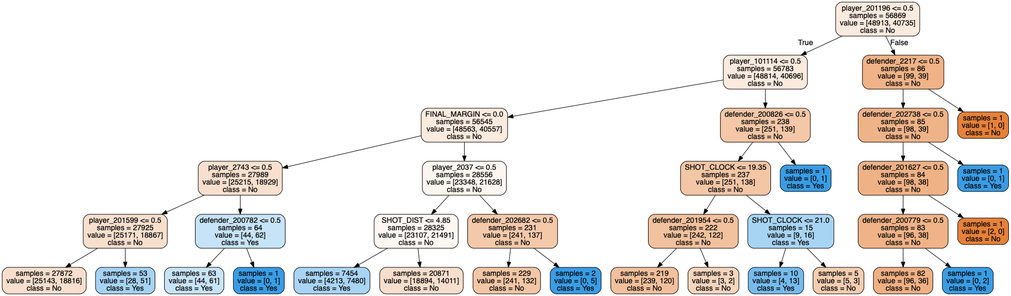
This is forest_tree_new5.png from tianyi5309/303project, a Graphviz export, as it was before one commit. Its source is kept beside it as forest_tree_new5.dot.
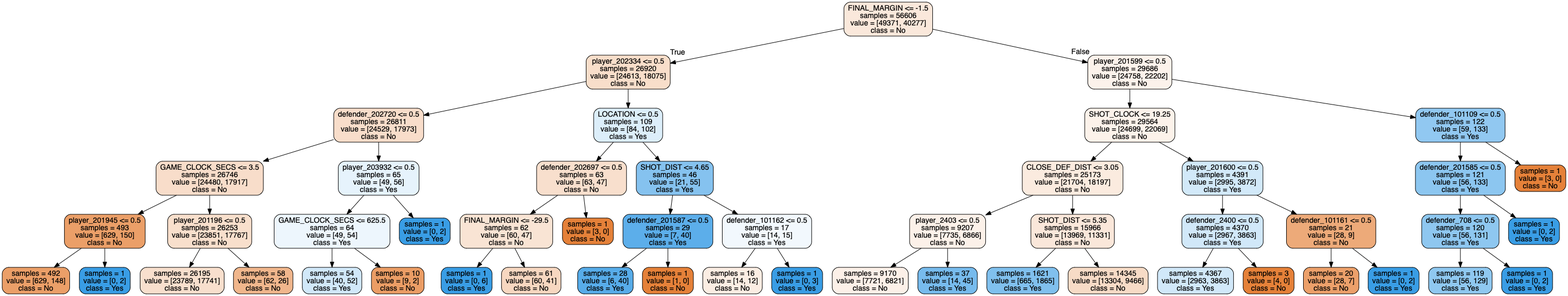
Above is the later version.

Change to the diagram source:
```diff
@@ -1,73 +1,105 @@
 digraph Tree {
 node [shape=box, style="filled, rounded", color="black", fontname=helvetica] ;
 edge [fontname=helvetica] ;
-0 [label="player_201196 <= 0.5\nsamples = 56869\nvalue = [48913, 40735]\nclass = No", fillcolor="#fbeade"] ;
-1 [label="player_101114 <= 0.5\nsamples = 56783\nvalue = [48814, 40696]\nclass = No", fillcolor="#fbeade"] ;
+0 [label="FINAL_MARGIN <= -1.5\nsamples = 56606\nvalue = [49371, 40277]\nclass = No", fillcolor="#fae8db"] ;
+1 [label="player_202334 <= 0.5\nsamples = 26920\nvalue = [24613, 18075]\nclass = No", fillcolor="#f8deca"] ;
 0 -> 1 [labeldistance=2.5, labelangle=45, headlabel="True"] ;
-2 [label="FINAL_MARGIN <= 0.0\nsamples = 56545\nvalue = [48563, 40557]\nclass = No", fillcolor="#fbeade"] ;
+2 [label="defender_202720 <= 0.5\nsamples = 26811\nvalue = [24529, 17973]\nclass = No", fillcolor="#f8ddca"] ;
 1 -> 2 ;
-3 [label="player_2743 <= 0.5\nsamples = 27989\nvalue = [25215, 18929]\nclass = No", fillcolor="#f9e0ce"] ;
+3 [label="GAME_CLOCK_SECS <= 3.5\nsamples = 26746\nvalue = [24480, 17917]\nclass = No", fillcolor="#f8ddca"] ;
 2 -> 3 ;
-4 [label="player_201599 <= 0.5\nsamples = 27925\nvalue = [25171, 18867]\nclass = No", fillcolor="#f8dfcd"] ;
+4 [label="player_201945 <= 0.5\nsamples = 493\nvalue = [629, 150]\nclass = No", fillcolor="#eb9f68"] ;
 3 -> 4 ;
-5 [label="samples = 27872\nvalue = [25143, 18816]\nclass = No", fillcolor="#f8dfcd"] ;
+5 [label="samples = 492\nvalue = [629, 148]\nclass = No", fillcolor="#eb9f68"] ;
 4 -> 5 ;
-6 [label="samples = 53\nvalue = [28, 51]\nclass = Yes", fillcolor="#a6d3f3"] ;
+6 [label="samples = 1\nvalue = [0, 2]\nclass = Yes", fillcolor="#399de5"] ;
 4 -> 6 ;
-7 [label="defender_200782 <= 0.5\nsamples = 64\nvalue = [44, 62]\nclass = Yes", fillcolor="#c6e3f7"] ;
+7 [label="player_201196 <= 0.5\nsamples = 26253\nvalue = [23851, 17767]\nclass = No", fillcolor="#f8dfcc"] ;
 3 -> 7 ;
-8 [label="samples = 63\nvalue = [44, 61]\nclass = Yes", fillcolor="#c8e4f8"] ;
+8 [label="samples = 26195\nvalue = [23789, 17741]\nclass = No", fillcolor="#f8dfcd"] ;
 7 -> 8 ;
-9 [label="samples = 1\nvalue = [0, 1]\nclass = Yes", fillcolor="#399de5"] ;
+9 [label="samples = 58\nvalue = [62, 26]\nclass = No", fillcolor="#f0b68c"] ;
 7 -> 9 ;
-10 [label="player_2037 <= 0.5\nsamples = 28556\nvalue = [23348, 21628]\nclass = No", fillcolor="#fdf6f0"] ;
+10 [label="player_203932 <= 0.5\nsamples = 65\nvalue = [49, 56]\nclass = Yes", fillcolor="#e6f3fc"] ;
 2 -> 10 ;
-11 [label="SHOT_DIST <= 4.85\nsamples = 28325\nvalue = [23107, 21491]\nclass = No", fillcolor="#fdf6f1"] ;
+11 [label="GAME_CLOCK_SECS <= 625.5\nsamples = 64\nvalue = [49, 54]\nclass = Yes", fillcolor="#edf6fd"] ;
 10 -> 11 ;
-12 [label="samples = 7454\nvalue = [4213, 7480]\nclass = Yes", fillcolor="#a9d4f4"] ;
+12 [label="samples = 54\nvalue = [40, 52]\nclass = Yes", fillcolor="#d1e8f9"] ;
 11 -> 12 ;
-13 [label="samples = 20871\nvalue = [18894, 14011]\nclass = No", fillcolor="#f8decc"] ;
+13 [label="samples = 10\nvalue = [9, 2]\nclass = No", fillcolor="#eb9d65"] ;
 11 -> 13 ;
-14 [label="defender_202682 <= 0.5\nsamples = 231\nvalue = [241, 137]\nclass = No", fillcolor="#f4c9aa"] ;
+14 [label="samples = 1\nvalue = [0, 2]\nclass = Yes", fillcolor="#399de5"] ;
 10 -> 14 ;
-15 [label="samples = 229\nvalue = [241, 132]\nclass = No", fillcolor="#f3c6a5"] ;
-14 -> 15 ;
-16 [label="samples = 2\nvalue = [0, 5]\nclass = Yes", fillcolor="#399de5"] ;
-14 -> 16 ;
-17 [label="defender_200826 <= 0.5\nsamples = 238\nvalue = [251, 139]\nclass = No", fillcolor="#f3c7a7"] ;
-1 -> 17 ;
-18 [label="SHOT_CLOCK <= 19.35\nsamples = 237\nvalue = [251, 138]\nclass = No", fillcolor="#f3c6a6"] ;
+15 [label="LOCATION <= 0.5\nsamples = 109\nvalue = [84, 102]\nclass = Yes", fillcolor="#dceefa"] ;
+1 -> 15 ;
+16 [label="defender_202697 <= 0.5\nsamples = 63\nvalue = [63, 47]\nclass = No", fillcolor="#f8dfcd"] ;
+15 -> 16 ;
+17 [label="FINAL_MARGIN <= -29.5\nsamples = 62\nvalue = [60, 47]\nclass = No", fillcolor="#f9e4d4"] ;
+16 -> 17 ;
+18 [label="samples = 1\nvalue = [0, 6]\nclass = Yes", fillcolor="#399de5"] ;
 17 -> 18 ;
-19 [label="defender_201954 <= 0.5\nsamples = 222\nvalue = [242, 122]\nclass = No", fillcolor="#f2c19d"] ;
-18 -> 19 ;
-20 [label="samples = 219\nvalue = [239, 120]\nclass = No", fillcolor="#f2c09c"] ;
-19 -> 20 ;
-21 [label="samples = 3\nvalue = [3, 2]\nclass = No", fillcolor="#f6d5bd"] ;
-19 -> 21 ;
-22 [label="SHOT_CLOCK <= 21.0\nsamples = 15\nvalue = [9, 16]\nclass = Yes", fillcolor="#a8d4f4"] ;
-18 -> 22 ;
-23 [label="samples = 10\nvalue = [4, 13]\nclass = Yes", fillcolor="#76bbed"] ;
+19 [label="samples = 61\nvalue = [60, 41]\nclass = No", fillcolor="#f7d7c0"] ;
+17 -> 19 ;
+20 [label="samples = 1\nvalue = [3, 0]\nclass = No", fillcolor="#e58139"] ;
+16 -> 20 ;
+21 [label="SHOT_DIST <= 4.65\nsamples = 46\nvalue = [21, 55]\nclass = Yes", fillcolor="#85c2ef"] ;
+15 -> 21 ;
+22 [label="defender_201587 <= 0.5\nsamples = 29\nvalue = [7, 40]\nclass = Yes", fillcolor="#5caeea"] ;
+21 -> 22 ;
+23 [label="samples = 28\nvalue = [6, 40]\nclass = Yes", fillcolor="#57ace9"] ;
 22 -> 23 ;
-24 [label="samples = 5\nvalue = [5, 3]\nclass = No", fillcolor="#f5cdb0"] ;
+24 [label="samples = 1\nvalue = [1, 0]\nclass = No", fillcolor="#e58139"] ;
 22 -> 24 ;
-25 [label="samples = 1\nvalue = [0, 1]\nclass = Yes", fillcolor="#399de5"] ;
-17 -> 25 ;
-26 [label="defender_2217 <= 0.5\nsamples = 86\nvalue = [99, 39]\nclass = No", fillcolor="#efb387"] ;
-0 -> 26 [labeldistance=2.5, labelangle=-45, headlabel="False"] ;
-27 [label="defender_202738 <= 0.5\nsamples = 85\nvalue = [98, 39]\nclass = No", fillcolor="#efb388"] ;
-26 -> 27 ;
-28 [label="defender_201627 <= 0.5\nsamples = 84\nvalue = [98, 38]\nclass = No", fillcolor="#efb286"] ;
-27 -> 28 ;
-29 [label="defender_200779 <= 0.5\nsamples = 83\nvalue = [96, 38]\nclass = No", fillcolor="#efb387"] ;
+25 [label="defender_101162 <= 0.5\nsamples = 17\nvalue = [14, 15]\nclass = Yes", fillcolor="#f2f8fd"] ;
+21 -> 25 ;
+26 [label="samples = 16\nvalue = [14, 12]\nclass = No", fillcolor="#fbede3"] ;
+25 -> 26 ;
+27 [label="samples = 1\nvalue = [0, 3]\nclass = Yes", fillcolor="#399de5"] ;
+25 -> 27 ;
+28 [label="player_201599 <= 0.5\nsamples = 29686\nvalue = [24758, 22202]\nclass = No", fillcolor="#fcf2eb"] ;
+0 -> 28 [labeldistance=2.5, labelangle=-45, headlabel="False"] ;
+29 [label="SHOT_CLOCK <= 19.25\nsamples = 29564\nvalue = [24699, 22069]\nclass = No", fillcolor="#fcf2ea"] ;
 28 -> 29 ;
-30 [label="samples = 82\nvalue = [96, 36]\nclass = No", fillcolor="#efb083"] ;
+30 [label="CLOSE_DEF_DIST <= 3.05\nsamples = 25173\nvalue = [21704, 18197]\nclass = No", fillcolor="#fbebdf"] ;
 29 -> 30 ;
-31 [label="samples = 1\nvalue = [0, 2]\nclass = Yes", fillcolor="#399de5"] ;
-29 -> 31 ;
-32 [label="samples = 1\nvalue = [2, 0]\nclass = No", fillcolor="#e58139"] ;
-28 -> 32 ;
-33 [label="samples = 1\nvalue = [0, 1]\nclass = Yes", fillcolor="#399de5"] ;
-27 -> 33 ;
-34 [label="samples = 1\nvalue = [1, 0]\nclass = No", fillcolor="#e58139"] ;
-26 -> 34 ;
+31 [label="player_2403 <= 0.5\nsamples = 9207\nvalue = [7735, 6866]\nclass = No", fillcolor="#fcf1e9"] ;
+30 -> 31 ;
+32 [label="samples = 9170\nvalue = [7721, 6821]\nclass = No", fillcolor="#fcf0e8"] ;
+31 -> 32 ;
+33 [label="samples = 37\nvalue = [14, 45]\nclass = Yes", fillcolor="#77bbed"] ;
+31 -> 33 ;
+34 [label="SHOT_DIST <= 5.35\nsamples = 15966\nvalue = [13969, 11331]\nclass = No", fillcolor="#fae7da"] ;
+30 -> 34 ;
+35 [label="samples = 1621\nvalue = [665, 1865]\nclass = Yes", fillcolor="#80c0ee"] ;
+34 -> 35 ;
+36 [label="samples = 14345\nvalue = [13304, 9466]\nclass = No", fillcolor="#f7dbc6"] ;
+34 -> 36 ;
+37 [label="player_201600 <= 0.5\nsamples = 4391\nvalue = [2995, 3872]\nclass = Yes", fillcolor="#d2e9f9"] ;
+29 -> 37 ;
+38 [label="defender_2400 <= 0.5\nsamples = 4370\nvalue = [2967, 3863]\nclass = Yes", fillcolor="#d1e8f9"] ;
+37 -> 38 ;
+39 [label="samples = 4367\nvalue = [2963, 3863]\nclass = Yes", fillcolor="#d1e8f9"] ;
+38 -> 39 ;
+40 [label="samples = 3\nvalue = [4, 0]\nclass = No", fillcolor="#e58139"] ;
+38 -> 40 ;
+41 [label="defender_101161 <= 0.5\nsamples = 21\nvalue = [28, 9]\nclass = No", fillcolor="#edaa79"] ;
+37 -> 41 ;
+42 [label="samples = 20\nvalue = [28, 7]\nclass = No", fillcolor="#eca06a"] ;
+41 -> 42 ;
+43 [label="samples = 1\nvalue = [0, 2]\nclass = Yes", fillcolor="#399de5"] ;
+41 -> 43 ;
+44 [label="defender_101109 <= 0.5\nsamples = 122\nvalue = [59, 133]\nclass = Yes", fillcolor="#91c8f1"] ;
+28 -> 44 ;
+45 [label="defender_201585 <= 0.5\nsamples = 121\nvalue = [56, 133]\nclass = Yes", fillcolor="#8cc6f0"] ;
+44 -> 45 ;
+46 [label="defender_708 <= 0.5\nsamples = 120\nvalue = [56, 131]\nclass = Yes", fillcolor="#8ec7f0"] ;
+45 -> 46 ;
+47 [label="samples = 119\nvalue = [56, 129]\nclass = Yes", fillcolor="#8fc8f0"] ;
+46 -> 47 ;
+48 [label="samples = 1\nvalue = [0, 2]\nclass = Yes", fillcolor="#399de5"] ;
+46 -> 48 ;
+49 [label="samples = 1\nvalue = [0, 2]\nclass = Yes", fillcolor="#399de5"] ;
+45 -> 49 ;
+50 [label="samples = 1\nvalue = [3, 0]\nclass = No", fillcolor="#e58139"] ;
+44 -> 50 ;
 }
```
